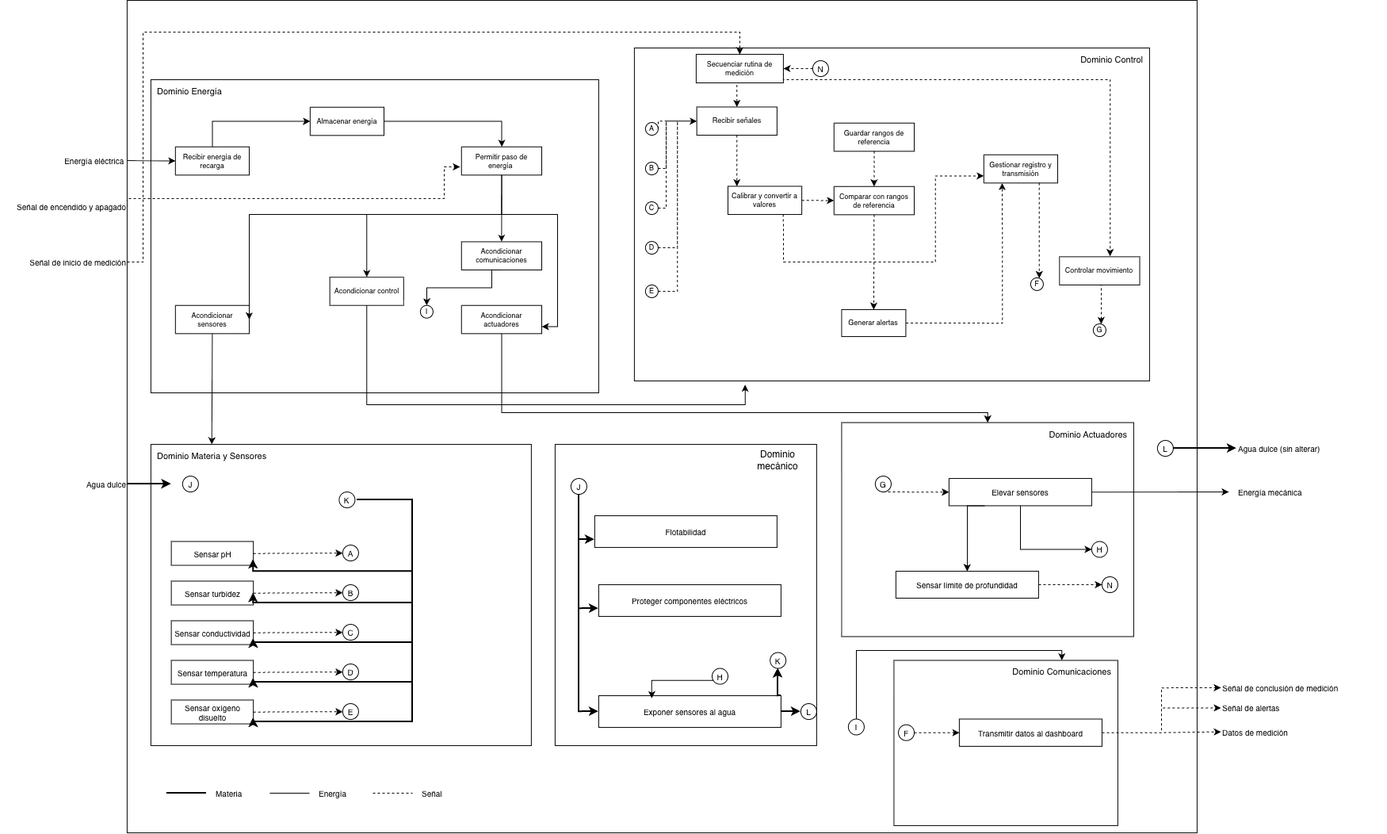
The draw.io diagram Imagenes/func/esquematico-final.png in WillyCcV19/PI_Equipo_04, before a commit. Source tidied: cells renumbered, new cells last; positions are measured from the earlier drawing's top-left corner, leaving out a move shared by most shapes.
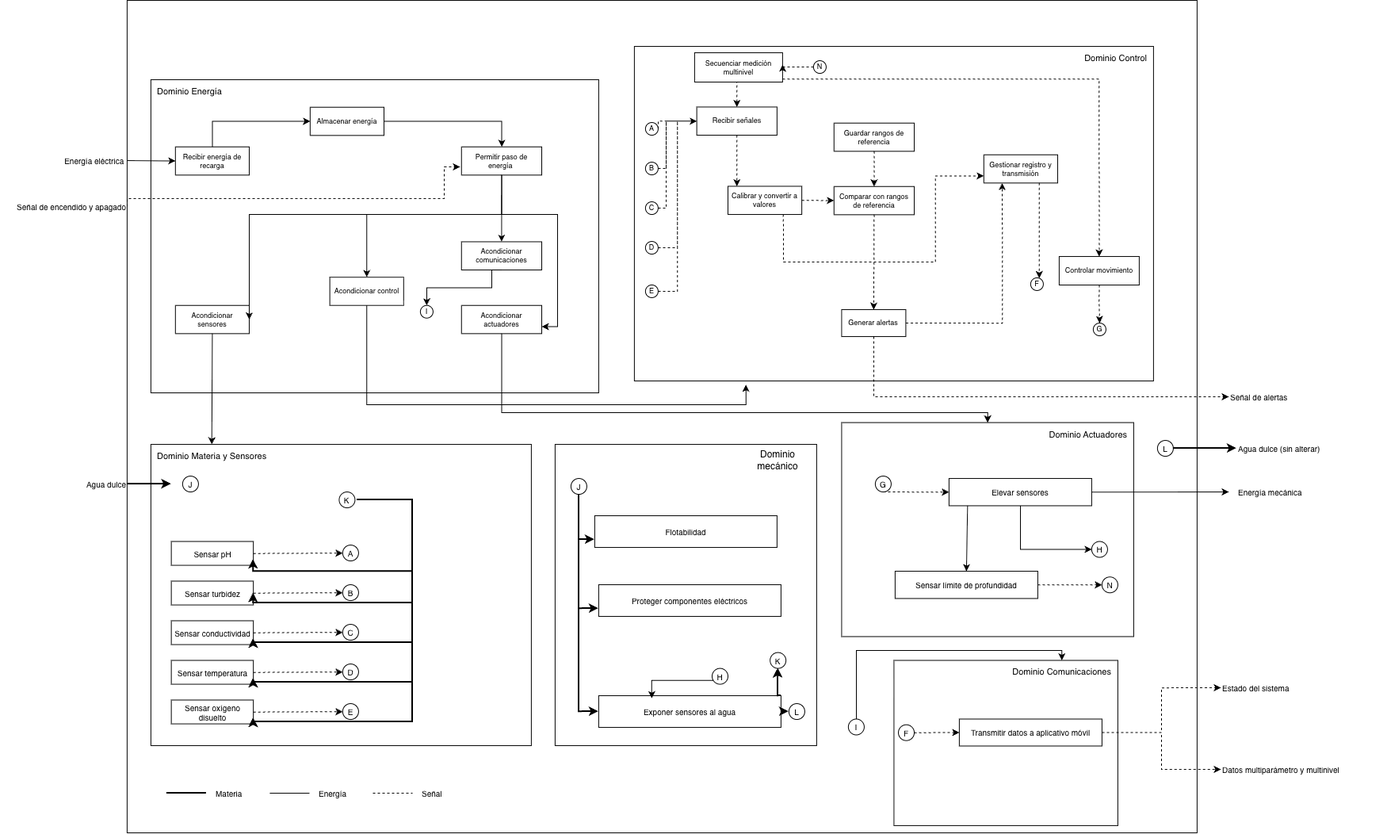
Above is the later version.

Change to the diagram source:
```diff
@@ -81,7 +81,7 @@
       <mxGeometry relative="1" as="geometry" />
     </mxCell>
     <mxCell id="19" value="Dominio Control" style="rounded=0;whiteSpace=wrap;html=1;fillColor=none;strokeColor=#000000;verticalAlign=top;align=right;spacingRight=6;spacingTop=2;fontSize=11;" parent="1" vertex="1">
-      <mxGeometry x="800" y="60" width="650" height="420" as="geometry" />
+      <mxGeometry x="800" y="58" width="655" height="422" as="geometry" />
     </mxCell>
     <mxCell id="20" style="edgeStyle=orthogonalEdgeStyle;rounded=0;jettySize=auto;html=1;exitX=1;exitY=0.5;exitDx=0;exitDy=0;entryX=0;entryY=0.5;entryDx=0;entryDy=0;dashed=1;" parent="1" edge="1" source="21" target="30">
       <mxGeometry relative="1" as="geometry">
@@ -138,15 +138,11 @@
     <mxCell id="31" value="Calibrar y convertir a valores" style="rounded=0;whiteSpace=wrap;html=1;fillColor=none;fontSize=9;" parent="1" vertex="1">
       <mxGeometry x="918.1" y="234.4" width="93.2" height="35.6" as="geometry" />
     </mxCell>
-    <mxCell id="32" style="edgeStyle=orthogonalEdgeStyle;rounded=0;jettySize=auto;html=1;exitX=0.5;exitY=1;exitDx=0;exitDy=0;dashed=1;" parent="1" edge="1" source="33" target="39">
-      <mxGeometry relative="1" as="geometry">
-        <Array as="points">
-          <mxPoint x="1389" y="358.9" />
-        </Array>
-      </mxGeometry>
+    <mxCell id="32" style="edgeStyle=orthogonalEdgeStyle;rounded=0;jettySize=auto;html=1;dashed=1;exitX=0.5;exitY=1;exitDx=0;exitDy=0;entryX=0.5;entryY=0;entryDx=0;entryDy=0;" parent="1" edge="1" source="33" target="39">
+      <mxGeometry relative="1" as="geometry" />
     </mxCell>
     <mxCell id="33" value="Controlar movimiento" style="rounded=0;whiteSpace=wrap;html=1;fillColor=none;fontSize=9;" parent="1" vertex="1">
-      <mxGeometry x="1336.4" y="323.3" width="101.2" height="35.6" as="geometry" />
+      <mxGeometry x="1336" y="323" width="101" height="36" as="geometry" />
     </mxCell>
     <mxCell id="34" value="Guardar rangos de referencia" style="rounded=0;whiteSpace=wrap;html=1;fillColor=none;fontSize=9;" parent="1" vertex="1">
       <mxGeometry x="1051.9" y="154.7" width="101.2" height="35.6" as="geometry" />
@@ -157,6 +153,15 @@
     <mxCell id="36" style="edgeStyle=orthogonalEdgeStyle;rounded=0;jettySize=auto;html=1;dashed=1;exitX=1;exitY=0.5;exitDx=0;exitDy=0;entryX=0.25;entryY=1;entryDx=0;entryDy=0;" parent="1" edge="1" source="37" target="38">
       <mxGeometry relative="1" as="geometry" />
     </mxCell>
+    <mxCell id="134" style="edgeStyle=orthogonalEdgeStyle;rounded=0;jettySize=auto;html=1;exitX=0.5;exitY=1;exitDx=0;exitDy=0;dashed=1;" parent="1" edge="1" source="37">
+      <mxGeometry relative="1" as="geometry">
+        <mxPoint x="1550" y="500" as="targetPoint" />
+        <Array as="points">
+          <mxPoint x="1102" y="500" />
+          <mxPoint x="1550" y="500" />
+        </Array>
+      </mxGeometry>
+    </mxCell>
     <mxCell id="37" value="Generar alertas" style="rounded=0;whiteSpace=wrap;html=1;fillColor=none;fontSize=9;" parent="1" vertex="1">
       <mxGeometry x="1061.5" y="390" width="81" height="34" as="geometry" />
     </mxCell>
@@ -164,7 +169,7 @@
       <mxGeometry x="1240.9" y="194.7" width="93.2" height="35.6" as="geometry" />
     </mxCell>
     <mxCell id="39" value="G" style="ellipse;whiteSpace=wrap;html=1;fillColor=none;fontSize=9;" parent="1" vertex="1">
-      <mxGeometry x="1379" y="408" width="16" height="16" as="geometry" />
+      <mxGeometry x="1379" y="407" width="16" height="16" as="geometry" />
     </mxCell>
     <mxCell id="40" style="edgeStyle=orthogonalEdgeStyle;html=1;endArrow=classic;dashed=1;jumpStyle=gap;jumpSize=15;exitX=0.5;exitY=1;entryX=0.5;entryY=0;" parent="1" edge="1" source="34" target="35">
       <mxGeometry relative="1" as="geometry" />
@@ -186,18 +191,6 @@
     <mxCell id="45" value="Señal de encendido y apagado" style="text;html=1;align=right;verticalAlign=middle;fontSize=10;" parent="1" vertex="1">
       <mxGeometry y="250" width="160" height="20" as="geometry" />
     </mxCell>
-    <mxCell id="46" style="edgeStyle=orthogonalEdgeStyle;rounded=0;jettySize=auto;html=1;exitX=1;exitY=0.5;exitDx=0;exitDy=0;entryX=0.5;entryY=0;entryDx=0;entryDy=0;dashed=1;" parent="1" edge="1" source="47" target="125">
-      <mxGeometry relative="1" as="geometry">
-        <Array as="points">
-          <mxPoint x="180" y="330" />
-          <mxPoint x="180" y="40" />
-          <mxPoint x="933.1" y="40" />
-        </Array>
-      </mxGeometry>
-    </mxCell>
-    <mxCell id="47" value="Señal de inicio de medición" style="text;html=1;align=right;verticalAlign=middle;fontSize=10;" parent="1" vertex="1">
-      <mxGeometry y="320" width="160" height="20" as="geometry" />
-    </mxCell>
     <mxCell id="48" value="Dominio Materia y Sensores" style="rounded=0;whiteSpace=wrap;html=1;fillColor=none;strokeColor=#000000;verticalAlign=top;align=left;spacingLeft=6;spacingTop=2;fontSize=11;" parent="1" vertex="1">
       <mxGeometry x="190" y="560" width="480" height="380" as="geometry" />
     </mxCell>
@@ -305,14 +298,11 @@
     <mxCell id="71" style="edgeStyle=orthogonalEdgeStyle;rounded=0;jettySize=auto;html=1;entryX=0;entryY=0.5;entryDx=0;entryDy=0;exitX=1;exitY=0.5;exitDx=0;exitDy=0;dashed=1;" parent="1" edge="1" source="74" target="96">
       <mxGeometry relative="1" as="geometry" />
     </mxCell>
-    <mxCell id="72" style="edgeStyle=orthogonalEdgeStyle;rounded=0;jettySize=auto;html=1;entryX=0;entryY=0.5;entryDx=0;entryDy=0;dashed=1;" parent="1" edge="1" source="74" target="97">
-      <mxGeometry relative="1" as="geometry" />
-    </mxCell>
     <mxCell id="73" style="edgeStyle=orthogonalEdgeStyle;rounded=0;jettySize=auto;html=1;exitX=1;exitY=0.5;exitDx=0;exitDy=0;entryX=0;entryY=0.5;entryDx=0;entryDy=0;dashed=1;" parent="1" edge="1" source="74" target="83">
       <mxGeometry relative="1" as="geometry" />
     </mxCell>
-    <mxCell id="74" value="Transmitir datos al dashboard" style="rounded=0;whiteSpace=wrap;html=1;fillColor=none;fontSize=10;" parent="1" vertex="1">
-      <mxGeometry x="1210" y="906.4" width="180" height="34.4" as="geometry" />
+    <mxCell id="74" value="Transmitir datos a aplicativo móvil" style="rounded=0;whiteSpace=wrap;html=1;fillColor=none;fontSize=10;" parent="1" vertex="1">
+      <mxGeometry x="1210" y="906.5" width="180" height="34" as="geometry" />
     </mxCell>
     <mxCell id="75" style="edgeStyle=orthogonalEdgeStyle;rounded=0;jettySize=auto;html=1;exitX=0.5;exitY=1;exitDx=0;exitDy=0;entryX=0;entryY=0.5;entryDx=0;entryDy=0;" parent="1" edge="1" source="76" target="98">
       <mxGeometry relative="1" as="geometry" />
@@ -346,8 +336,8 @@
         <mxPoint x="215.7" y="610" as="targetPoint" />
       </mxGeometry>
     </mxCell>
-    <mxCell id="83" value="Datos de medición" style="text;html=1;align=left;verticalAlign=middle;fontSize=10;" parent="1" vertex="1">
-      <mxGeometry x="1540" y="912.5" width="160" height="20" as="geometry" />
+    <mxCell id="83" value="Datos multiparámetro y multinivel" style="text;html=1;align=left;verticalAlign=middle;fontSize=10;" parent="1" vertex="1">
+      <mxGeometry x="1540" y="960" width="160" height="20" as="geometry" />
     </mxCell>
     <mxCell id="84" value="Energía mecánica" style="text;html=1;align=left;verticalAlign=middle;fontSize=10;" parent="1" vertex="1">
       <mxGeometry x="1560" y="610" width="160" height="20" as="geometry" />
@@ -407,12 +397,9 @@
     <mxCell id="95" value="I" style="ellipse;whiteSpace=wrap;html=1;fillColor=none;fontSize=9;" parent="1" vertex="1">
       <mxGeometry x="530" y="384.7" width="16" height="16" as="geometry" />
     </mxCell>
-    <mxCell id="96" value="Señal de conclusión de medición" style="text;html=1;align=left;verticalAlign=middle;fontSize=10;" parent="1" vertex="1">
+    <mxCell id="96" value="Estado del sistema" style="text;html=1;align=left;verticalAlign=middle;fontSize=10;" parent="1" vertex="1">
       <mxGeometry x="1540" y="857" width="170" height="20" as="geometry" />
     </mxCell>
-    <mxCell id="97" value="Señal de alertas" style="text;html=1;align=left;verticalAlign=middle;fontSize=10;" parent="1" vertex="1">
-      <mxGeometry x="1540" y="882.5" width="170" height="20" as="geometry" />
-    </mxCell>
     <mxCell id="98" value="H" style="ellipse;whiteSpace=wrap;html=1;fontSize=10;" parent="1" vertex="1">
       <mxGeometry x="1377" y="682.4" width="20" height="20" as="geometry" />
     </mxCell>
@@ -456,11 +443,7 @@
       <mxGeometry x="1070" y="906.5" width="20" height="20" as="geometry" />
     </mxCell>
     <mxCell id="108" style="edgeStyle=orthogonalEdgeStyle;rounded=0;jettySize=auto;html=1;exitX=1;exitY=0;exitDx=0;exitDy=0;entryX=0.5;entryY=1;entryDx=0;entryDy=0;strokeWidth=2;" parent="1" edge="1" source="109" target="117">
-      <mxGeometry relative="1" as="geometry">
-        <Array as="points">
-          <mxPoint x="981.2" y="877" />
-        </Array>
-      </mxGeometry>
+      <mxGeometry relative="1" as="geometry" />
     </mxCell>
     <mxCell id="109" value="Exponer sensores al agua" style="rounded=0;whiteSpace=wrap;html=1;fillColor=none;fontSize=10;" parent="1" vertex="1">
       <mxGeometry x="755" y="877" width="230" height="40" as="geometry" />
@@ -510,7 +493,7 @@
       </mxGeometry>
     </mxCell>
     <mxCell id="119" value="L" style="ellipse;whiteSpace=wrap;html=1;fillColor=none;fontSize=10;" parent="1" vertex="1">
-      <mxGeometry x="1010" y="887" width="20" height="20" as="geometry" />
+      <mxGeometry x="995" y="887" width="20" height="20" as="geometry" />
     </mxCell>
     <mxCell id="120" style="edgeStyle=orthogonalEdgeStyle;rounded=0;jettySize=auto;html=1;exitX=1;exitY=0.5;exitDx=0;exitDy=0;entryX=0;entryY=0.5;entryDx=0;entryDy=0;strokeWidth=2;jumpStyle=gap;jumpSize=15;" parent="1" edge="1" source="109" target="119">
       <mxGeometry relative="1" as="geometry" />
@@ -532,41 +515,43 @@
         </Array>
       </mxGeometry>
     </mxCell>
-    <mxCell id="125" value="Secuenciar rutina de medición" style="rounded=0;whiteSpace=wrap;html=1;fillColor=none;fontSize=9;" parent="1" vertex="1">
-      <mxGeometry x="878" y="68" width="110" height="36" as="geometry" />
+    <mxCell id="125" value="Secuenciar medición multinivel" style="rounded=0;whiteSpace=wrap;html=1;fillColor=none;fontSize=9;" parent="1" vertex="1">
+      <mxGeometry x="876" y="66" width="111" height="37" as="geometry" />
     </mxCell>
-    <mxCell id="126" style="edgeStyle=orthogonalEdgeStyle;rounded=0;jettySize=auto;html=1;dashed=1;exitX=0.5;exitY=1;exitDx=0;exitDy=0;entryX=0.5;entryY=0;entryDx=0;entryDy=0;" parent="1" edge="1" source="125" target="30">
+    <mxCell id="126" style="edgeStyle=orthogonalEdgeStyle;rounded=0;jettySize=auto;html=1;jumpStyle=gap;jumpSize=15;dashed=1;exitX=0.5;exitY=1;exitDx=0;exitDy=0;entryX=0.5;entryY=0;entryDx=0;entryDy=0;" parent="1" edge="1" source="125" target="30">
       <mxGeometry relative="1" as="geometry" />
     </mxCell>
-    <mxCell id="127" style="edgeStyle=orthogonalEdgeStyle;rounded=0;jettySize=auto;html=1;exitX=1;exitY=0.5;exitDx=0;exitDy=0;entryX=0.631;entryY=-0.021;entryDx=0;entryDy=0;entryPerimeter=0;dashed=1;" parent="1" edge="1" source="125" target="33">
+    <mxCell id="127" style="edgeStyle=orthogonalEdgeStyle;rounded=0;jettySize=auto;html=1;jumpStyle=gap;jumpSize=15;dashed=1;exitX=1;exitY=0.9;exitDx=0;exitDy=0;entryX=0.5;entryY=0;entryDx=0;entryDy=0;" parent="1" edge="1" source="125" target="33">
       <mxGeometry relative="1" as="geometry">
         <Array as="points">
-          <mxPoint x="988" y="100" />
-          <mxPoint x="1400.3" y="100" />
+          <mxPoint x="1386.5" y="99.3" />
         </Array>
       </mxGeometry>
     </mxCell>
+    <mxCell id="130" value="N" style="ellipse;whiteSpace=wrap;html=1;fillColor=none;fontSize=9;" parent="1" vertex="1">
+      <mxGeometry x="1026" y="76" width="16" height="16" as="geometry" />
+    </mxCell>
+    <mxCell id="135" style="edgeStyle=orthogonalEdgeStyle;rounded=0;jettySize=auto;html=1;jumpStyle=gap;jumpSize=15;dashed=1;exitX=0;exitY=0.5;exitDx=0;exitDy=0;entryX=1;entryY=0.4;entryDx=0;entryDy=0;" parent="1" edge="1" source="130" target="125">
+      <mxGeometry relative="1" as="geometry" />
+    </mxCell>
     <mxCell id="128" value="Sensar límite de profundidad" style="rounded=0;whiteSpace=wrap;html=1;fillColor=none;fontSize=10;" parent="1" vertex="1">
-      <mxGeometry x="1130" y="720" width="180" height="34" as="geometry" />
+      <mxGeometry x="1129" y="720" width="180" height="34.4" as="geometry" />
     </mxCell>
+    <mxCell id="132" value="N" style="ellipse;whiteSpace=wrap;html=1;fontSize=10;" parent="1" vertex="1">
+      <mxGeometry x="1390" y="727.2" width="20" height="20" as="geometry" />
+    </mxCell>
-    <mxCell id="129" style="edgeStyle=orthogonalEdgeStyle;rounded=0;jettySize=auto;html=1;jumpStyle=gap;jumpSize=15;exitX=0.25;exitY=1;exitDx=0;exitDy=0;entryX=0.5;entryY=0;entryDx=0;entryDy=0;" parent="1" edge="1" source="76" target="128">
+    <mxCell id="129" style="edgeStyle=orthogonalEdgeStyle;rounded=0;jettySize=auto;html=1;jumpStyle=gap;jumpSize=15;exitX=0.13;exitY=1;exitDx=0;exitDy=0;entryX=0.5;entryY=0;entryDx=0;entryDy=0;" parent="1" edge="1" source="76" target="128">
       <mxGeometry relative="1" as="geometry">
         <Array as="points">
-          <mxPoint x="1220" y="637.4" />
+          <mxPoint x="1219" y="637.4" />
         </Array>
       </mxGeometry>
     </mxCell>
-    <mxCell id="130" value="N" style="ellipse;whiteSpace=wrap;html=1;fillColor=none;fontSize=10;" parent="1" vertex="1">
-      <mxGeometry x="1390" y="727" width="20" height="20" as="geometry" />
-    </mxCell>
-    <mxCell id="131" style="edgeStyle=orthogonalEdgeStyle;rounded=0;jettySize=auto;html=1;dashed=1;jumpStyle=gap;jumpSize=15;exitX=1;exitY=0.5;exitDx=0;exitDy=0;entryX=0;entryY=0.5;entryDx=0;entryDy=0;" parent="1" edge="1" source="128" target="130">
-      <mxGeometry relative="1" as="geometry" />
-    </mxCell>
-    <mxCell id="132" value="N" style="ellipse;whiteSpace=wrap;html=1;fillColor=none;fontSize=10;" parent="1" vertex="1">
-      <mxGeometry x="1025" y="76" width="20" height="20" as="geometry" />
-    </mxCell>
-    <mxCell id="133" style="edgeStyle=orthogonalEdgeStyle;rounded=0;jettySize=auto;html=1;dashed=1;jumpStyle=gap;jumpSize=15;exitX=0;exitY=0.5;exitDx=0;exitDy=0;entryX=1;entryY=0.5;entryDx=0;entryDy=0;" parent="1" edge="1" source="132" target="125">
+    <mxCell id="133" style="edgeStyle=orthogonalEdgeStyle;rounded=0;jettySize=auto;html=1;jumpStyle=gap;jumpSize=15;dashed=1;exitX=1;exitY=0.5;exitDx=0;exitDy=0;entryX=0;entryY=0.5;entryDx=0;entryDy=0;" parent="1" edge="1" source="128" target="132">
       <mxGeometry relative="1" as="geometry" />
     </mxCell>
+    <mxCell id="97" value="Señal de alertas" style="text;html=1;align=left;verticalAlign=middle;fontSize=10;" parent="1" vertex="1">
+      <mxGeometry x="1550" y="490" width="160" height="20" as="geometry" />
+    </mxCell>
   </root>
 </mxGraphModel>
```
